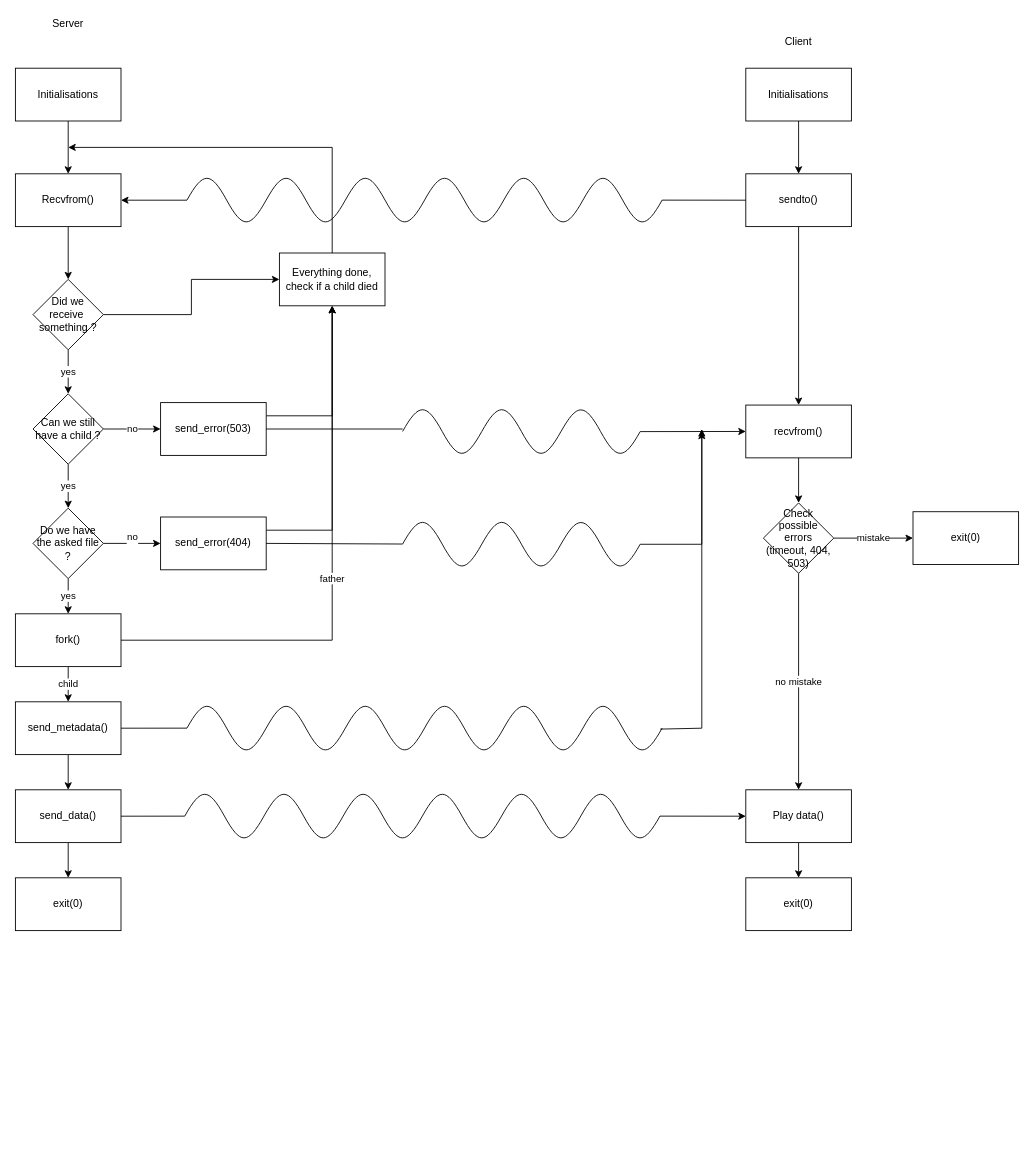
Above: serverDiagram.drawio in thomas-guzik/l3-streamingserver (draw.io), before the change. Source tidied: cells renumbered, new cells numbered last; positions are measured from the earlier drawing's top-left corner, leaving out a move shared by most shapes. Both pictures are drawn from the tidied source at 88%, with x=0, y=0 at pixel (15, 15).
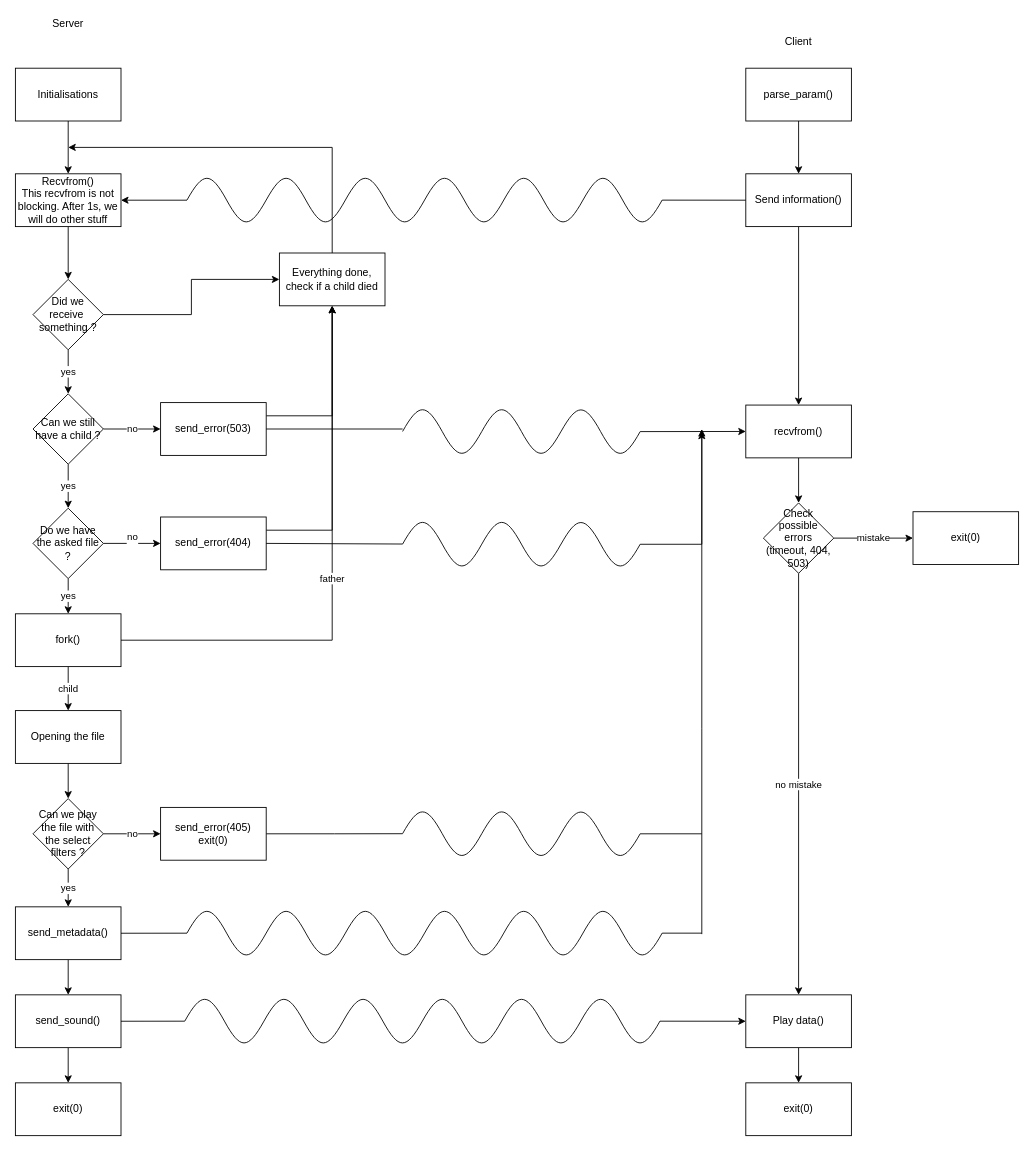
Above is the later version.

Commit message (it also covers changes not shown here):
Server fini

The change refers to these unchanged cells:
```xml
<mxCell id="18" value="fork()" style="rounded=0;whiteSpace=wrap;html=1;" parent="1" vertex="1">
  <mxGeometry y="680" width="120" height="60" as="geometry" />
</mxCell>
<mxCell id="20" value="&lt;div&gt;Everything done,&lt;/div&gt;&lt;div&gt;check if a child died&lt;br&gt;&lt;/div&gt;" style="rounded=0;whiteSpace=wrap;html=1;" parent="1" vertex="1">
  <mxGeometry x="300" y="270" width="120" height="60" as="geometry" />
</mxCell>
```

What changed in the source:
```diff
@@
-    <mxCell id="4" value="Initialisations" style="rounded=0;whiteSpace=wrap;html=1;" parent="1" vertex="1">
+    <mxCell id="4" value="&lt;div&gt;Initialisations&lt;/div&gt;" style="rounded=0;whiteSpace=wrap;html=1;" parent="1" vertex="1">
       <mxGeometry y="60" width="120" height="60" as="geometry" />
     </mxCell>
@@
-    <mxCell id="6" value="Recvfrom()" style="rounded=0;whiteSpace=wrap;html=1;" parent="1" vertex="1">
+    <mxCell id="6" value="&lt;div&gt;Recvfrom()&lt;/div&gt;This recvfrom is not blocking. After 1s, we will do other stuff" style="rounded=0;whiteSpace=wrap;html=1;" parent="1" vertex="1">
       <mxGeometry y="180" width="120" height="60" as="geometry" />
     </mxCell>
@@
+    <mxCell id="17" value="father" style="edgeStyle=none;rounded=0;jettySize=auto;html=1;exitX=1;exitY=0.5;exitDx=0;exitDy=0;entryX=0.5;entryY=1;entryDx=0;entryDy=0;" parent="1" edge="1" source="18" target="20">
+      <mxGeometry relative="1" as="geometry">
+        <Array as="points">
+          <mxPoint x="360" y="710" />
+        </Array>
+      </mxGeometry>
+    </mxCell>
-    <mxCell id="16" value="&lt;div&gt;child&lt;/div&gt;" style="edgeStyle=none;rounded=0;jettySize=auto;html=1;exitX=0.5;exitY=1;exitDx=0;exitDy=0;entryX=0.5;entryY=0;entryDx=0;entryDy=0;" parent="1" edge="1" source="18" target="23">
-      <mxGeometry relative="1" as="geometry" />
+    <mxCell id="16" value="child" style="edgeStyle=orthogonalEdgeStyle;rounded=0;jettySize=auto;html=1;exitX=0.5;exitY=1;exitDx=0;exitDy=0;entryX=0.5;entryY=0;entryDx=0;entryDy=0;" parent="1" edge="1" source="18">
+      <mxGeometry relative="1" as="geometry">
+        <mxPoint x="60" y="790" as="targetPoint" />
+      </mxGeometry>
     </mxCell>
-    <mxCell id="17" value="father" style="edgeStyle=none;rounded=0;jettySize=auto;html=1;exitX=1;exitY=0.5;exitDx=0;exitDy=0;entryX=0.5;entryY=1;entryDx=0;entryDy=0;" parent="1" edge="1" source="18" target="20">
-      <mxGeometry relative="1" as="geometry">
-        <Array as="points">
-          <mxPoint x="360" y="710" />
-        </Array>
-      </mxGeometry>
-    </mxCell>
@@
     <mxCell id="23" value="send_metadata()" style="rounded=0;whiteSpace=wrap;html=1;" parent="1" vertex="1">
-      <mxGeometry y="780" width="120" height="60" as="geometry" />
+      <mxGeometry y="1013" width="120" height="60" as="geometry" />
     </mxCell>
@@
-    <mxCell id="27" value="send_data()" style="rounded=0;whiteSpace=wrap;html=1;" parent="1" vertex="1">
-      <mxGeometry y="880" width="120" height="60" as="geometry" />
+    <mxCell id="27" value="send_sound()" style="rounded=0;whiteSpace=wrap;html=1;" parent="1" vertex="1">
+      <mxGeometry y="1113" width="120" height="60" as="geometry" />
     </mxCell>
     <mxCell id="28" value="exit(0)" style="rounded=0;whiteSpace=wrap;html=1;" parent="1" vertex="1">
-      <mxGeometry y="980" width="120" height="60" as="geometry" />
+      <mxGeometry y="1213" width="120" height="60" as="geometry" />
     </mxCell>
@@
-    <mxCell id="30" value="sendto()" style="rounded=0;whiteSpace=wrap;html=1;" parent="1" vertex="1">
+    <mxCell id="30" value="Send information()" style="rounded=0;whiteSpace=wrap;html=1;" parent="1" vertex="1">
       <mxGeometry x="830" y="180" width="120" height="60" as="geometry" />
     </mxCell>
@@
     <mxCell id="53" style="verticalLabelPosition=bottom;shadow=0;dashed=0;align=center;fillColor=#ffffff;html=1;verticalAlign=top;strokeWidth=1;shape=mxgraph.electrical.waveforms.sine_wave;" parent="1" vertex="1">
-      <mxGeometry x="195" y="776.8" width="90" height="66.2" as="geometry" />
+      <mxGeometry x="195" y="1009.8" width="90" height="66.2" as="geometry" />
     </mxCell>
     <mxCell id="54" style="verticalLabelPosition=bottom;shadow=0;dashed=0;align=center;fillColor=#ffffff;html=1;verticalAlign=top;strokeWidth=1;shape=mxgraph.electrical.waveforms.sine_wave;" parent="1" vertex="1">
-      <mxGeometry x="285" y="776.8" width="90" height="66.2" as="geometry" />
+      <mxGeometry x="285" y="1009.8" width="90" height="66.2" as="geometry" />
     </mxCell>
     <mxCell id="55" style="verticalLabelPosition=bottom;shadow=0;dashed=0;align=center;fillColor=#ffffff;html=1;verticalAlign=top;strokeWidth=1;shape=mxgraph.electrical.waveforms.sine_wave;" parent="1" vertex="1">
-      <mxGeometry x="465" y="776.8" width="90" height="66.2" as="geometry" />
+      <mxGeometry x="465" y="1009.8" width="90" height="66.2" as="geometry" />
     </mxCell>
     <mxCell id="56" style="verticalLabelPosition=bottom;shadow=0;dashed=0;align=center;fillColor=#ffffff;html=1;verticalAlign=top;strokeWidth=1;shape=mxgraph.electrical.waveforms.sine_wave;" parent="1" vertex="1">
-      <mxGeometry x="375" y="776.8" width="90" height="66.2" as="geometry" />
+      <mxGeometry x="375" y="1009.8" width="90" height="66.2" as="geometry" />
     </mxCell>
     <mxCell id="57" style="verticalLabelPosition=bottom;shadow=0;dashed=0;align=center;fillColor=#ffffff;html=1;verticalAlign=top;strokeWidth=1;shape=mxgraph.electrical.waveforms.sine_wave;" parent="1" vertex="1">
-      <mxGeometry x="555" y="776.8" width="90" height="66.2" as="geometry" />
+      <mxGeometry x="555" y="1009.8" width="90" height="66.2" as="geometry" />
     </mxCell>
-    <mxCell id="58" style="edgeStyle=none;rounded=0;jettySize=auto;html=1;endArrow=classic;endFill=1;exitX=0.976;exitY=0.517;exitDx=0;exitDy=0;exitPerimeter=0;" parent="1" edge="1" source="59">
+    <mxCell id="58" style="edgeStyle=none;rounded=0;orthogonalLoop=1;jettySize=auto;html=1;endArrow=classic;endFill=1;" parent="1" edge="1">
       <mxGeometry relative="1" as="geometry">
+        <mxPoint x="780" y="1044" as="sourcePoint" />
         <mxPoint x="780" y="470" as="targetPoint" />
         <Array as="points">
           <mxPoint x="780" y="810" />
         </Array>
       </mxGeometry>
     </mxCell>
+    <mxCell id="78" style="edgeStyle=orthogonalEdgeStyle;rounded=0;jettySize=auto;html=1;endArrow=none;endFill=0;" parent="1" edge="1" source="59">
+      <mxGeometry relative="1" as="geometry">
+        <mxPoint x="780" y="1042.9" as="targetPoint" />
+      </mxGeometry>
+    </mxCell>
     <mxCell id="59" style="verticalLabelPosition=bottom;shadow=0;dashed=0;align=center;fillColor=#ffffff;html=1;verticalAlign=top;strokeWidth=1;shape=mxgraph.electrical.waveforms.sine_wave;" parent="1" vertex="1">
-      <mxGeometry x="645" y="776.8" width="90" height="66.2" as="geometry" />
+      <mxGeometry x="645" y="1009.8" width="90" height="66.2" as="geometry" />
     </mxCell>
@@
     <mxCell id="64" value="Play data()" style="rounded=0;whiteSpace=wrap;html=1;" parent="1" vertex="1">
-      <mxGeometry x="830" y="880" width="120" height="60" as="geometry" />
+      <mxGeometry x="830" y="1113" width="120" height="60" as="geometry" />
     </mxCell>
@@
     <mxCell id="66" style="verticalLabelPosition=bottom;shadow=0;dashed=0;align=center;fillColor=#ffffff;html=1;verticalAlign=top;strokeWidth=1;shape=mxgraph.electrical.waveforms.sine_wave;" parent="1" vertex="1">
-      <mxGeometry x="192.5" y="876.8" width="90" height="66.2" as="geometry" />
+      <mxGeometry x="192.5" y="1109.8" width="90" height="66.2" as="geometry" />
     </mxCell>
     <mxCell id="67" style="verticalLabelPosition=bottom;shadow=0;dashed=0;align=center;fillColor=#ffffff;html=1;verticalAlign=top;strokeWidth=1;shape=mxgraph.electrical.waveforms.sine_wave;" parent="1" vertex="1">
-      <mxGeometry x="282.5" y="876.8" width="90" height="66.2" as="geometry" />
+      <mxGeometry x="282.5" y="1109.8" width="90" height="66.2" as="geometry" />
     </mxCell>
     <mxCell id="68" style="verticalLabelPosition=bottom;shadow=0;dashed=0;align=center;fillColor=#ffffff;html=1;verticalAlign=top;strokeWidth=1;shape=mxgraph.electrical.waveforms.sine_wave;" parent="1" vertex="1">
-      <mxGeometry x="462.5" y="876.8" width="90" height="66.2" as="geometry" />
+      <mxGeometry x="462.5" y="1109.8" width="90" height="66.2" as="geometry" />
     </mxCell>
     <mxCell id="69" style="verticalLabelPosition=bottom;shadow=0;dashed=0;align=center;fillColor=#ffffff;html=1;verticalAlign=top;strokeWidth=1;shape=mxgraph.electrical.waveforms.sine_wave;" parent="1" vertex="1">
-      <mxGeometry x="372.5" y="876.8" width="90" height="66.2" as="geometry" />
+      <mxGeometry x="372.5" y="1109.8" width="90" height="66.2" as="geometry" />
     </mxCell>
     <mxCell id="70" style="verticalLabelPosition=bottom;shadow=0;dashed=0;align=center;fillColor=#ffffff;html=1;verticalAlign=top;strokeWidth=1;shape=mxgraph.electrical.waveforms.sine_wave;" parent="1" vertex="1">
-      <mxGeometry x="552.5" y="876.8" width="90" height="66.2" as="geometry" />
+      <mxGeometry x="552.5" y="1109.8" width="90" height="66.2" as="geometry" />
     </mxCell>
@@
     <mxCell id="72" style="verticalLabelPosition=bottom;shadow=0;dashed=0;align=center;fillColor=#ffffff;html=1;verticalAlign=top;strokeWidth=1;shape=mxgraph.electrical.waveforms.sine_wave;" parent="1" vertex="1">
-      <mxGeometry x="642.5" y="876.8" width="90" height="66.2" as="geometry" />
+      <mxGeometry x="642.5" y="1109.8" width="90" height="66.2" as="geometry" />
     </mxCell>
     <mxCell id="73" value="exit(0)" style="rounded=0;whiteSpace=wrap;html=1;" parent="1" vertex="1">
-      <mxGeometry x="830" y="980" width="120" height="60" as="geometry" />
+      <mxGeometry x="830" y="1213" width="120" height="60" as="geometry" />
     </mxCell>
@@
-    <mxCell id="77" value="Initialisations" style="rounded=0;whiteSpace=wrap;html=1;" parent="1" vertex="1">
+    <mxCell id="77" value="parse_param()" style="rounded=0;whiteSpace=wrap;html=1;" parent="1" vertex="1">
       <mxGeometry x="830" y="60" width="120" height="60" as="geometry" />
     </mxCell>
+    <mxCell id="79" style="edgeStyle=orthogonalEdgeStyle;rounded=0;jettySize=auto;html=1;exitX=0.5;exitY=1;exitDx=0;exitDy=0;entryX=0.5;entryY=0;entryDx=0;entryDy=0;" parent="1" edge="1" source="80" target="83">
+      <mxGeometry relative="1" as="geometry" />
+    </mxCell>
+    <mxCell id="80" value="Opening the file" style="rounded=0;whiteSpace=wrap;html=1;" parent="1" vertex="1">
+      <mxGeometry y="790" width="120" height="60" as="geometry" />
+    </mxCell>
+    <mxCell id="81" value="yes" style="edgeStyle=orthogonalEdgeStyle;rounded=0;jettySize=auto;html=1;exitX=0.5;exitY=1;exitDx=0;exitDy=0;entryX=0.5;entryY=0;entryDx=0;entryDy=0;" parent="1" edge="1" source="83" target="23">
+      <mxGeometry relative="1" as="geometry" />
+    </mxCell>
+    <mxCell id="82" value="no" style="edgeStyle=orthogonalEdgeStyle;rounded=0;jettySize=auto;html=1;exitX=1;exitY=0.5;exitDx=0;exitDy=0;entryX=0;entryY=0.5;entryDx=0;entryDy=0;" parent="1" edge="1" source="83" target="85">
+      <mxGeometry relative="1" as="geometry" />
+    </mxCell>
+    <mxCell id="83" value="Can we play the file with the select filters ?" style="rhombus;whiteSpace=wrap;html=1;" parent="1" vertex="1">
+      <mxGeometry x="20" y="890" width="80" height="80" as="geometry" />
+    </mxCell>
+    <mxCell id="84" style="edgeStyle=orthogonalEdgeStyle;rounded=0;jettySize=auto;html=1;exitX=1;exitY=0.5;exitDx=0;exitDy=0;endArrow=none;endFill=0;" parent="1" edge="1" source="85" target="87">
+      <mxGeometry relative="1" as="geometry" />
+    </mxCell>
+    <mxCell id="85" value="&lt;div&gt;send_error(405)&lt;/div&gt;&lt;div&gt;exit(0)&lt;br&gt;&lt;/div&gt;" style="rounded=0;whiteSpace=wrap;html=1;" parent="1" vertex="1">
+      <mxGeometry x="165" y="900" width="120" height="60" as="geometry" />
+    </mxCell>
+    <mxCell id="86" style="verticalLabelPosition=bottom;shadow=0;dashed=0;align=center;fillColor=#ffffff;html=1;verticalAlign=top;strokeWidth=1;shape=mxgraph.electrical.waveforms.sine_wave;" parent="1" vertex="1">
+      <mxGeometry x="530" y="896.8" width="90" height="66.2" as="geometry" />
+    </mxCell>
+    <mxCell id="87" style="verticalLabelPosition=bottom;shadow=0;dashed=0;align=center;fillColor=#ffffff;html=1;verticalAlign=top;strokeWidth=1;shape=mxgraph.electrical.waveforms.sine_wave;" parent="1" vertex="1">
+      <mxGeometry x="440" y="896.8" width="90" height="66.2" as="geometry" />
+    </mxCell>
+    <mxCell id="88" style="edgeStyle=orthogonalEdgeStyle;rounded=0;jettySize=auto;html=1;endArrow=none;endFill=0;" parent="1" edge="1" source="89">
+      <mxGeometry relative="1" as="geometry">
+        <mxPoint x="780" y="930" as="targetPoint" />
+      </mxGeometry>
+    </mxCell>
+    <mxCell id="89" style="verticalLabelPosition=bottom;shadow=0;dashed=0;align=center;fillColor=#ffffff;html=1;verticalAlign=top;strokeWidth=1;shape=mxgraph.electrical.waveforms.sine_wave;" parent="1" vertex="1">
+      <mxGeometry x="620" y="897" width="90" height="66" as="geometry" />
+    </mxCell>
```
